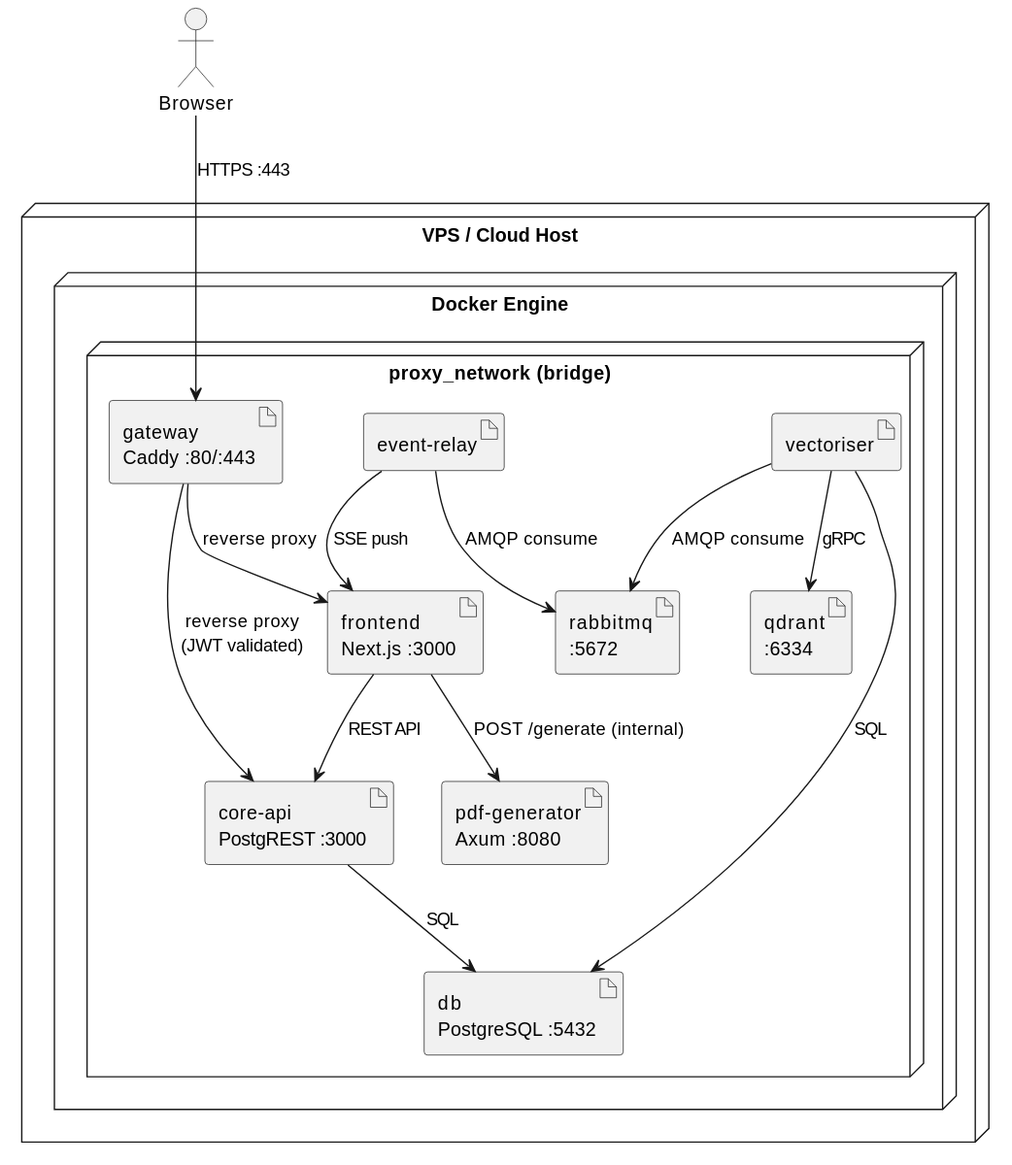
Above: docs/diagrams/deployment.svg in GetJobAI/pdf-generator (PlantUML), before the change. Its diagram source:
```plantuml
@startuml
skinparam shadowing false
skinparam nodeStyle rectangle

actor "Browser" as Browser

node "VPS / Cloud Host" {
    node "Docker Engine" {
        node "proxy_network (bridge)" {
            artifact "gateway\nCaddy :80/:443" as Gateway
            artifact "frontend\nNext.js :3000" as Frontend
            artifact "core-api\nPostgREST :3000" as CoreAPI
            artifact "pdf-generator\nAxum :8080" as PdfGen
            artifact "rabbitmq\n:5672" as RabbitMQ
            artifact "db\nPostgreSQL :5432" as DB
            artifact "qdrant\n:6334" as Qdrant
            artifact "vectoriser" as Vectoriser
            artifact "event-relay" as EventRelay
        }
    }
}

Browser --> Gateway : HTTPS :443

Gateway --> Frontend : reverse proxy
Gateway --> CoreAPI : reverse proxy\n(JWT validated)

Frontend --> PdfGen : POST /generate (internal)
Frontend --> CoreAPI : REST API

CoreAPI --> DB : SQL

Vectoriser --> DB : SQL
Vectoriser --> Qdrant : gRPC
Vectoriser --> RabbitMQ : AMQP consume

EventRelay --> RabbitMQ : AMQP consume
EventRelay --> Frontend : SSE push
@enduml
```
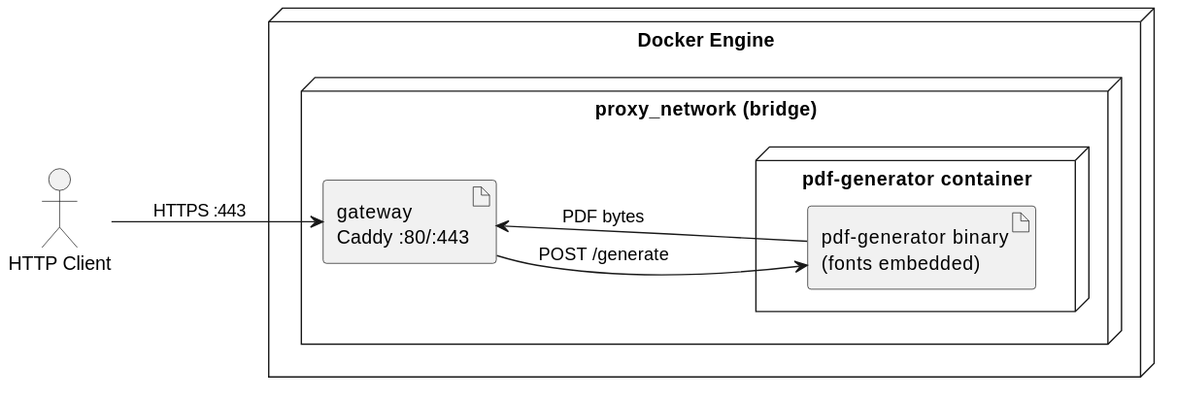
Later version of the same file.

The edit, as a diff of the source:
```diff
@@ -1,39 +1,21 @@
 @startuml
 skinparam shadowing false
 skinparam nodeStyle rectangle
+left to right direction
 
-actor "Browser" as Browser
+actor "HTTP Client" as HttpClient
 
-node "VPS / Cloud Host" {
-    node "Docker Engine" {
-        node "proxy_network (bridge)" {
-            artifact "gateway\nCaddy :80/:443" as Gateway
-            artifact "frontend\nNext.js :3000" as Frontend
-            artifact "core-api\nPostgREST :3000" as CoreAPI
-            artifact "pdf-generator\nAxum :8080" as PdfGen
-            artifact "rabbitmq\n:5672" as RabbitMQ
-            artifact "db\nPostgreSQL :5432" as DB
-            artifact "qdrant\n:6334" as Qdrant
-            artifact "vectoriser" as Vectoriser
-            artifact "event-relay" as EventRelay
+node "Docker Engine" {
+    node "proxy_network (bridge)" {
+        artifact "gateway\nCaddy :80/:443" as Gateway
+
+        node "pdf-generator container" {
+            artifact "pdf-generator binary\n(fonts embedded)" as Binary
         }
     }
 }
 
-Browser --> Gateway : HTTPS :443
-
-Gateway --> Frontend : reverse proxy
-Gateway --> CoreAPI : reverse proxy\n(JWT validated)
-
-Frontend --> PdfGen : POST /generate (internal)
-Frontend --> CoreAPI : REST API
-
-CoreAPI --> DB : SQL
-
-Vectoriser --> DB : SQL
-Vectoriser --> Qdrant : gRPC
-Vectoriser --> RabbitMQ : AMQP consume
-
-EventRelay --> RabbitMQ : AMQP consume
-EventRelay --> Frontend : SSE push
+HttpClient --> Gateway : HTTPS :443
+Gateway --> Binary : POST /generate
+Binary --> Gateway : PDF bytes
 @enduml
```
